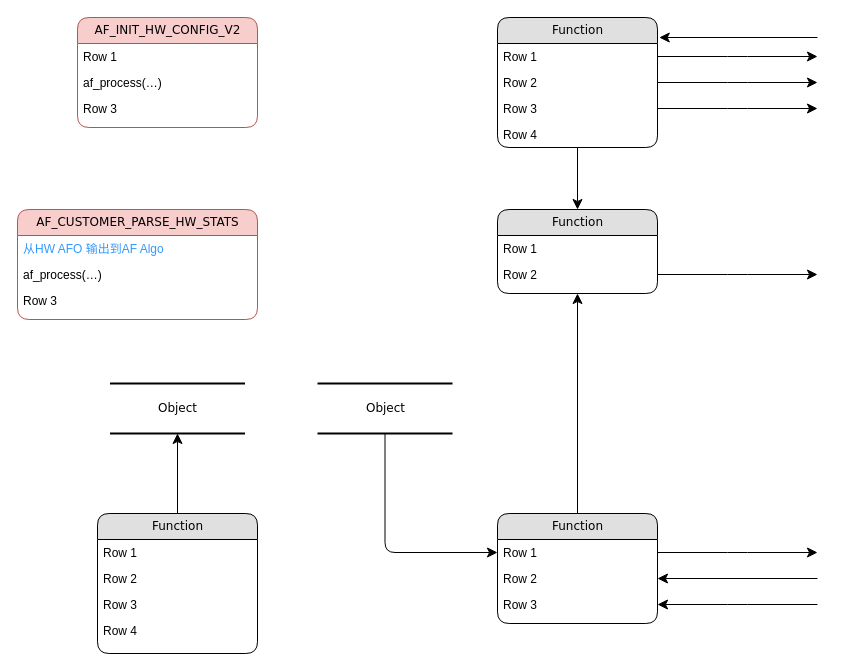
Above: Camera_MTKAPIs.drawio in Chloe-oss/Draw.io_Camera (draw.io), before the change. Source tidied: cells renumbered, new cells numbered last; positions are measured from the earlier drawing's top-left corner, leaving out a move shared by most shapes. Both pictures are drawn from the tidied source at 100%, with x=0, y=0 at pixel (17, 17).
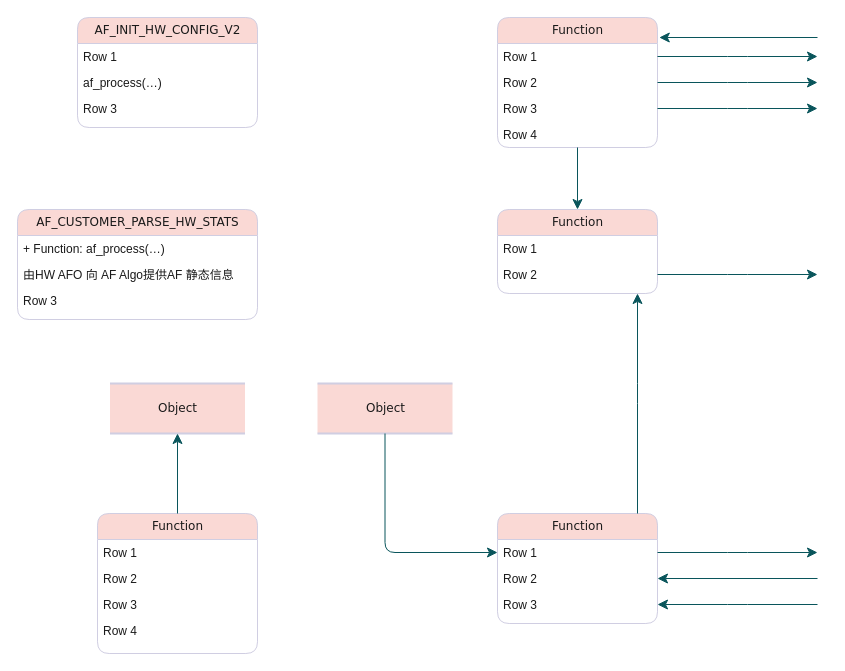
After the change.

Diff of the diagram source:
```diff
@@
-    <mxCell id="2" value="Object" style="html=1;rounded=0;shadow=0;comic=0;labelBackgroundColor=none;strokeWidth=2;fontFamily=Verdana;fontSize=12;align=center;shape=mxgraph.ios7ui.horLines;" parent="1" vertex="1">
+    <mxCell id="2" value="Object" style="html=1;rounded=0;shadow=0;comic=0;labelBackgroundColor=none;strokeWidth=2;fontFamily=Verdana;fontSize=12;align=center;shape=mxgraph.ios7ui.horLines;fillColor=#FAD9D5;strokeColor=#D0CEE2;fontColor=#1A1A1A;" parent="1" vertex="1">
       <mxGeometry x="92.5" y="366" width="135" height="50" as="geometry" />
     </mxCell>
-    <mxCell id="3" value="AF_INIT_HW_CONFIG_V2" style="swimlane;html=1;fontStyle=0;horizontal=1;startSize=26;fillColor=#f8cecc;swimlaneFillColor=#ffffff;align=center;rounded=1;shadow=0;comic=0;labelBackgroundColor=none;strokeWidth=1;fontFamily=Verdana;fontSize=12;strokeColor=#b85450;" parent="1" vertex="1">
+    <mxCell id="3" value="AF_INIT_HW_CONFIG_V2" style="swimlane;html=1;fontStyle=0;horizontal=1;startSize=26;swimlaneFillColor=#ffffff;align=center;rounded=1;shadow=0;comic=0;labelBackgroundColor=none;strokeWidth=1;fontFamily=Verdana;fontSize=12;fillColor=#FAD9D5;strokeColor=#D0CEE2;fontColor=#1A1A1A;" parent="1" vertex="1">
       <mxGeometry x="60" width="180" height="110" as="geometry" />
     </mxCell>
-    <mxCell id="4" value="Row 1" style="text;html=1;strokeColor=none;fillColor=none;spacingLeft=4;spacingRight=4;whiteSpace=wrap;overflow=hidden;" parent="3" vertex="1">
+    <mxCell id="4" value="Row 1" style="text;html=1;strokeColor=none;fillColor=none;spacingLeft=4;spacingRight=4;whiteSpace=wrap;overflow=hidden;labelBackgroundColor=none;fontColor=#1A1A1A;" parent="3" vertex="1">
       <mxGeometry y="26" width="180" height="26" as="geometry" />
     </mxCell>
-    <mxCell id="5" value="af_process(…)" style="text;html=1;strokeColor=none;fillColor=none;spacingLeft=4;spacingRight=4;whiteSpace=wrap;overflow=hidden;noLabel=0;movableLabel=0;fixedWidth=0;" parent="3" vertex="1">
+    <mxCell id="5" value="af_process(…)" style="text;html=1;strokeColor=none;fillColor=none;spacingLeft=4;spacingRight=4;whiteSpace=wrap;overflow=hidden;noLabel=0;movableLabel=0;fixedWidth=0;labelBackgroundColor=none;fontColor=#1A1A1A;" parent="3" vertex="1">
       <mxGeometry y="52" width="180" height="26" as="geometry" />
     </mxCell>
-    <mxCell id="6" value="Row 3" style="text;html=1;strokeColor=none;fillColor=none;spacingLeft=4;spacingRight=4;whiteSpace=wrap;overflow=hidden;" parent="3" vertex="1">
+    <mxCell id="6" value="Row 3" style="text;html=1;strokeColor=none;fillColor=none;spacingLeft=4;spacingRight=4;whiteSpace=wrap;overflow=hidden;labelBackgroundColor=none;fontColor=#1A1A1A;" parent="3" vertex="1">
       <mxGeometry y="78" width="180" height="26" as="geometry" />
     </mxCell>
-    <mxCell id="7" value="Function" style="swimlane;html=1;fontStyle=0;horizontal=1;startSize=26;fillColor=#e0e0e0;swimlaneFillColor=#ffffff;align=center;rounded=1;shadow=0;comic=0;labelBackgroundColor=none;strokeWidth=1;fontFamily=Verdana;fontSize=12;" parent="1" vertex="1">
+    <mxCell id="7" value="Function" style="swimlane;html=1;fontStyle=0;horizontal=1;startSize=26;swimlaneFillColor=#ffffff;align=center;rounded=1;shadow=0;comic=0;labelBackgroundColor=none;strokeWidth=1;fontFamily=Verdana;fontSize=12;fillColor=#FAD9D5;strokeColor=#D0CEE2;fontColor=#1A1A1A;" parent="1" vertex="1">
       <mxGeometry x="480" width="160" height="130" as="geometry" />
     </mxCell>
-    <mxCell id="8" value="Row 1" style="text;html=1;strokeColor=none;fillColor=none;spacingLeft=4;spacingRight=4;whiteSpace=wrap;overflow=hidden;points=[[0,0.5],[1,0.5]];portConstraint=eastwest;" parent="7" vertex="1">
+    <mxCell id="8" value="Row 1" style="text;html=1;strokeColor=none;fillColor=none;spacingLeft=4;spacingRight=4;whiteSpace=wrap;overflow=hidden;points=[[0,0.5],[1,0.5]];portConstraint=eastwest;labelBackgroundColor=none;fontColor=#1A1A1A;" parent="7" vertex="1">
       <mxGeometry y="26" width="160" height="26" as="geometry" />
     </mxCell>
-    <mxCell id="9" value="Row 2" style="text;html=1;strokeColor=none;fillColor=none;spacingLeft=4;spacingRight=4;whiteSpace=wrap;overflow=hidden;points=[[0,0.5],[1,0.5]];portConstraint=eastwest;" parent="7" vertex="1">
+    <mxCell id="9" value="Row 2" style="text;html=1;strokeColor=none;fillColor=none;spacingLeft=4;spacingRight=4;whiteSpace=wrap;overflow=hidden;points=[[0,0.5],[1,0.5]];portConstraint=eastwest;labelBackgroundColor=none;fontColor=#1A1A1A;" parent="7" vertex="1">
       <mxGeometry y="52" width="160" height="26" as="geometry" />
     </mxCell>
-    <mxCell id="10" value="Row 3" style="text;html=1;strokeColor=none;fillColor=none;spacingLeft=4;spacingRight=4;whiteSpace=wrap;overflow=hidden;points=[[0,0.5],[1,0.5]];portConstraint=eastwest;" parent="7" vertex="1">
+    <mxCell id="10" value="Row 3" style="text;html=1;strokeColor=none;fillColor=none;spacingLeft=4;spacingRight=4;whiteSpace=wrap;overflow=hidden;points=[[0,0.5],[1,0.5]];portConstraint=eastwest;labelBackgroundColor=none;fontColor=#1A1A1A;" parent="7" vertex="1">
       <mxGeometry y="78" width="160" height="26" as="geometry" />
     </mxCell>
-    <mxCell id="11" value="Row 4" style="text;html=1;strokeColor=none;fillColor=none;spacingLeft=4;spacingRight=4;whiteSpace=wrap;overflow=hidden;" parent="7" vertex="1">
+    <mxCell id="11" value="Row 4" style="text;html=1;strokeColor=none;fillColor=none;spacingLeft=4;spacingRight=4;whiteSpace=wrap;overflow=hidden;labelBackgroundColor=none;fontColor=#1A1A1A;" parent="7" vertex="1">
       <mxGeometry y="104" width="160" height="26" as="geometry" />
     </mxCell>
-    <mxCell id="12" value="AF_CUSTOMER_PARSE_HW_STATS" style="swimlane;html=1;fontStyle=0;horizontal=1;startSize=26;fillColor=#f8cecc;swimlaneFillColor=#ffffff;align=center;rounded=1;shadow=0;comic=0;labelBackgroundColor=none;strokeWidth=1;fontFamily=Verdana;fontSize=12;strokeColor=#b85450;" parent="1" vertex="1">
+    <mxCell id="12" value="AF_CUSTOMER_PARSE_HW_STATS" style="swimlane;html=1;fontStyle=0;horizontal=1;startSize=26;swimlaneFillColor=#ffffff;align=center;rounded=1;shadow=0;comic=0;labelBackgroundColor=none;strokeWidth=1;fontFamily=Verdana;fontSize=12;fillColor=#FAD9D5;strokeColor=#D0CEE2;fontColor=#1A1A1A;" parent="1" vertex="1">
       <mxGeometry y="192" width="240" height="110" as="geometry" />
     </mxCell>
-    <mxCell id="13" style="group;" parent="12" vertex="1">
+    <mxCell id="13" style="group;labelBackgroundColor=none;fontColor=#1A1A1A;" parent="12" vertex="1">
       <mxGeometry y="26" width="240" height="78" as="geometry" />
     </mxCell>
-    <mxCell id="14" value="从HW AFO 输出到AF Algo" style="text;html=1;strokeColor=none;fillColor=none;spacingLeft=4;spacingRight=4;whiteSpace=wrap;overflow=hidden;fontColor=#3399FF;" parent="13" vertex="1">
+    <mxCell id="14" value="+ Function: af_process(…)" style="text;html=1;strokeColor=none;fillColor=none;spacingLeft=4;spacingRight=4;whiteSpace=wrap;overflow=hidden;labelBackgroundColor=none;fontColor=#1A1A1A;" parent="13" vertex="1">
       <mxGeometry width="240" height="26" as="geometry" />
     </mxCell>
-    <mxCell id="15" value="af_process(…)" style="text;html=1;strokeColor=none;fillColor=none;spacingLeft=4;spacingRight=4;whiteSpace=wrap;overflow=hidden;" parent="13" vertex="1">
+    <mxCell id="15" value="由HW AFO 向 AF Algo提供AF 静态信息" style="text;html=1;strokeColor=none;fillColor=none;spacingLeft=4;spacingRight=4;whiteSpace=wrap;overflow=hidden;labelBackgroundColor=none;fontColor=#1A1A1A;" parent="13" vertex="1">
       <mxGeometry y="26" width="240" height="26" as="geometry" />
     </mxCell>
-    <mxCell id="16" value="Row 3" style="text;html=1;strokeColor=none;fillColor=none;spacingLeft=4;spacingRight=4;whiteSpace=wrap;overflow=hidden;" parent="13" vertex="1">
+    <mxCell id="16" value="Row 3" style="text;html=1;strokeColor=none;fillColor=none;spacingLeft=4;spacingRight=4;whiteSpace=wrap;overflow=hidden;labelBackgroundColor=none;fontColor=#1A1A1A;" parent="13" vertex="1">
       <mxGeometry y="52" width="240" height="26" as="geometry" />
     </mxCell>
-    <mxCell id="17" value="Function" style="swimlane;html=1;fontStyle=0;horizontal=1;startSize=26;fillColor=#e0e0e0;swimlaneFillColor=#ffffff;align=center;rounded=1;shadow=0;comic=0;labelBackgroundColor=none;strokeWidth=1;fontFamily=Verdana;fontSize=12;" parent="1" vertex="1">
+    <mxCell id="17" value="Function" style="swimlane;html=1;fontStyle=0;horizontal=1;startSize=26;swimlaneFillColor=#ffffff;align=center;rounded=1;shadow=0;comic=0;labelBackgroundColor=none;strokeWidth=1;fontFamily=Verdana;fontSize=12;fillColor=#FAD9D5;strokeColor=#D0CEE2;fontColor=#1A1A1A;" parent="1" vertex="1">
       <mxGeometry x="80" y="496" width="160" height="140" as="geometry" />
     </mxCell>
-    <mxCell id="18" value="Row 1" style="text;html=1;strokeColor=none;fillColor=none;spacingLeft=4;spacingRight=4;whiteSpace=wrap;overflow=hidden;" parent="17" vertex="1">
+    <mxCell id="18" value="Row 1" style="text;html=1;strokeColor=none;fillColor=none;spacingLeft=4;spacingRight=4;whiteSpace=wrap;overflow=hidden;labelBackgroundColor=none;fontColor=#1A1A1A;" parent="17" vertex="1">
       <mxGeometry y="26" width="160" height="26" as="geometry" />
     </mxCell>
-    <mxCell id="19" value="Row 2" style="text;html=1;strokeColor=none;fillColor=none;spacingLeft=4;spacingRight=4;whiteSpace=wrap;overflow=hidden;" parent="17" vertex="1">
+    <mxCell id="19" value="Row 2" style="text;html=1;strokeColor=none;fillColor=none;spacingLeft=4;spacingRight=4;whiteSpace=wrap;overflow=hidden;labelBackgroundColor=none;fontColor=#1A1A1A;" parent="17" vertex="1">
       <mxGeometry y="52" width="160" height="26" as="geometry" />
     </mxCell>
-    <mxCell id="20" value="Row 3" style="text;html=1;strokeColor=none;fillColor=none;spacingLeft=4;spacingRight=4;whiteSpace=wrap;overflow=hidden;" parent="17" vertex="1">
+    <mxCell id="20" value="Row 3" style="text;html=1;strokeColor=none;fillColor=none;spacingLeft=4;spacingRight=4;whiteSpace=wrap;overflow=hidden;labelBackgroundColor=none;fontColor=#1A1A1A;" parent="17" vertex="1">
       <mxGeometry y="78" width="160" height="26" as="geometry" />
     </mxCell>
-    <mxCell id="21" value="Row 4" style="text;html=1;strokeColor=none;fillColor=none;spacingLeft=4;spacingRight=4;whiteSpace=wrap;overflow=hidden;" parent="17" vertex="1">
+    <mxCell id="21" value="Row 4" style="text;html=1;strokeColor=none;fillColor=none;spacingLeft=4;spacingRight=4;whiteSpace=wrap;overflow=hidden;labelBackgroundColor=none;fontColor=#1A1A1A;" parent="17" vertex="1">
       <mxGeometry y="104" width="160" height="26" as="geometry" />
     </mxCell>
-    <mxCell id="22" value="Function" style="swimlane;html=1;fontStyle=0;horizontal=1;startSize=26;fillColor=#e0e0e0;swimlaneFillColor=#ffffff;align=center;rounded=1;shadow=0;comic=0;labelBackgroundColor=none;strokeWidth=1;fontFamily=Verdana;fontSize=12;" parent="1" vertex="1">
+    <mxCell id="22" value="Function" style="swimlane;html=1;fontStyle=0;horizontal=1;startSize=26;swimlaneFillColor=#ffffff;align=center;rounded=1;shadow=0;comic=0;labelBackgroundColor=none;strokeWidth=1;fontFamily=Verdana;fontSize=12;fillColor=#FAD9D5;strokeColor=#D0CEE2;fontColor=#1A1A1A;" parent="1" vertex="1">
       <mxGeometry x="480" y="192" width="160" height="84" as="geometry" />
     </mxCell>
-    <mxCell id="23" value="Row 1" style="text;html=1;strokeColor=none;fillColor=none;spacingLeft=4;spacingRight=4;whiteSpace=wrap;overflow=hidden;" parent="22" vertex="1">
+    <mxCell id="23" value="Row 1" style="text;html=1;strokeColor=none;fillColor=none;spacingLeft=4;spacingRight=4;whiteSpace=wrap;overflow=hidden;labelBackgroundColor=none;fontColor=#1A1A1A;" parent="22" vertex="1">
       <mxGeometry y="26" width="160" height="26" as="geometry" />
     </mxCell>
-    <mxCell id="24" value="Row 2" style="text;html=1;strokeColor=none;fillColor=none;spacingLeft=4;spacingRight=4;whiteSpace=wrap;overflow=hidden;points=[[0,0.5],[1,0.5]];portConstraint=eastwest;" parent="22" vertex="1">
+    <mxCell id="24" value="Row 2" style="text;html=1;strokeColor=none;fillColor=none;spacingLeft=4;spacingRight=4;whiteSpace=wrap;overflow=hidden;points=[[0,0.5],[1,0.5]];portConstraint=eastwest;labelBackgroundColor=none;fontColor=#1A1A1A;" parent="22" vertex="1">
       <mxGeometry y="52" width="160" height="26" as="geometry" />
     </mxCell>
-    <mxCell id="25" value="Function" style="swimlane;html=1;fontStyle=0;horizontal=1;startSize=26;fillColor=#e0e0e0;swimlaneFillColor=#ffffff;align=center;rounded=1;shadow=0;comic=0;labelBackgroundColor=none;strokeWidth=1;fontFamily=Verdana;fontSize=12;" parent="1" vertex="1">
+    <mxCell id="25" value="Function" style="swimlane;html=1;fontStyle=0;horizontal=1;startSize=26;swimlaneFillColor=#ffffff;align=center;rounded=1;shadow=0;comic=0;labelBackgroundColor=none;strokeWidth=1;fontFamily=Verdana;fontSize=12;fillColor=#FAD9D5;strokeColor=#D0CEE2;fontColor=#1A1A1A;" parent="1" vertex="1">
       <mxGeometry x="480" y="496" width="160" height="110" as="geometry" />
     </mxCell>
-    <mxCell id="26" value="Row 1" style="text;html=1;strokeColor=none;fillColor=none;spacingLeft=4;spacingRight=4;whiteSpace=wrap;overflow=hidden;points=[[0,0.5],[1,0.5]];portConstraint=eastwest;" parent="25" vertex="1">
+    <mxCell id="26" value="Row 1" style="text;html=1;strokeColor=none;fillColor=none;spacingLeft=4;spacingRight=4;whiteSpace=wrap;overflow=hidden;points=[[0,0.5],[1,0.5]];portConstraint=eastwest;labelBackgroundColor=none;fontColor=#1A1A1A;" parent="25" vertex="1">
       <mxGeometry y="26" width="160" height="26" as="geometry" />
     </mxCell>
-    <mxCell id="27" value="Row 2" style="text;html=1;strokeColor=none;fillColor=none;spacingLeft=4;spacingRight=4;whiteSpace=wrap;overflow=hidden;points=[[0,0.5],[1,0.5]];portConstraint=eastwest;" parent="25" vertex="1">
+    <mxCell id="27" value="Row 2" style="text;html=1;strokeColor=none;fillColor=none;spacingLeft=4;spacingRight=4;whiteSpace=wrap;overflow=hidden;points=[[0,0.5],[1,0.5]];portConstraint=eastwest;labelBackgroundColor=none;fontColor=#1A1A1A;" parent="25" vertex="1">
       <mxGeometry y="52" width="160" height="26" as="geometry" />
     </mxCell>
-    <mxCell id="28" value="Row 3" style="text;html=1;strokeColor=none;fillColor=none;spacingLeft=4;spacingRight=4;whiteSpace=wrap;overflow=hidden;points=[[0,0.5],[1,0.5]];portConstraint=eastwest;" parent="25" vertex="1">
+    <mxCell id="28" value="Row 3" style="text;html=1;strokeColor=none;fillColor=none;spacingLeft=4;spacingRight=4;whiteSpace=wrap;overflow=hidden;points=[[0,0.5],[1,0.5]];portConstraint=eastwest;labelBackgroundColor=none;fontColor=#1A1A1A;" parent="25" vertex="1">
       <mxGeometry y="78" width="160" height="26" as="geometry" />
     </mxCell>
-    <mxCell id="29" value="Object" style="html=1;rounded=0;shadow=0;comic=0;labelBackgroundColor=none;strokeWidth=2;fontFamily=Verdana;fontSize=12;align=center;shape=mxgraph.ios7ui.horLines;" parent="1" vertex="1">
+    <mxCell id="29" value="Object" style="html=1;rounded=0;shadow=0;comic=0;labelBackgroundColor=none;strokeWidth=2;fontFamily=Verdana;fontSize=12;align=center;shape=mxgraph.ios7ui.horLines;fillColor=#FAD9D5;strokeColor=#D0CEE2;fontColor=#1A1A1A;" parent="1" vertex="1">
       <mxGeometry x="300" y="366" width="135" height="50" as="geometry" />
     </mxCell>
-    <mxCell id="30" style="edgeStyle=none;html=1;labelBackgroundColor=none;startFill=0;startSize=8;endFill=1;endSize=8;fontFamily=Verdana;fontSize=12;" parent="1" edge="1" source="17" target="2">
+    <mxCell id="30" style="edgeStyle=none;html=1;labelBackgroundColor=none;startFill=0;startSize=8;endFill=1;endSize=8;fontFamily=Verdana;fontSize=12;fontColor=default;strokeColor=#09555B;" parent="1" edge="1" source="17" target="2">
       <mxGeometry relative="1" as="geometry" />
     </mxCell>
-    <mxCell id="31" style="edgeStyle=orthogonalEdgeStyle;html=1;labelBackgroundColor=none;startFill=0;startSize=8;endFill=1;endSize=8;fontFamily=Verdana;fontSize=12;" parent="1" edge="1" source="29" target="26">
+    <mxCell id="31" style="edgeStyle=orthogonalEdgeStyle;html=1;labelBackgroundColor=none;startFill=0;startSize=8;endFill=1;endSize=8;fontFamily=Verdana;fontSize=12;fontColor=default;strokeColor=#09555B;" parent="1" edge="1" source="29" target="26">
       <mxGeometry x="-0.13" y="32" relative="1" as="geometry" />
     </mxCell>
-    <mxCell id="32" style="edgeStyle=orthogonalEdgeStyle;html=1;labelBackgroundColor=none;startFill=0;startSize=8;endFill=1;endSize=8;fontFamily=Verdana;fontSize=12;" parent="1" edge="1" source="25" target="22">
-      <mxGeometry relative="1" as="geometry" />
+    <mxCell id="32" style="edgeStyle=orthogonalEdgeStyle;html=1;labelBackgroundColor=none;startFill=0;startSize=8;endFill=1;endSize=8;fontFamily=Verdana;fontSize=12;fontColor=default;strokeColor=#09555B;" parent="1" edge="1" source="25" target="22">
+      <mxGeometry relative="1" as="geometry">
+        <Array as="points">
+          <mxPoint x="620" y="376" />
+          <mxPoint x="620" y="376" />
+        </Array>
+      </mxGeometry>
     </mxCell>
-    <mxCell id="33" style="edgeStyle=orthogonalEdgeStyle;html=1;labelBackgroundColor=none;startFill=0;startSize=8;endFill=1;endSize=8;fontFamily=Verdana;fontSize=12;" parent="1" edge="1" source="7" target="22">
+    <mxCell id="33" style="edgeStyle=orthogonalEdgeStyle;html=1;labelBackgroundColor=none;startFill=0;startSize=8;endFill=1;endSize=8;fontFamily=Verdana;fontSize=12;fontColor=default;strokeColor=#09555B;" parent="1" edge="1" source="7" target="22">
       <mxGeometry relative="1" as="geometry" />
     </mxCell>
-    <mxCell id="34" style="edgeStyle=orthogonalEdgeStyle;html=1;labelBackgroundColor=none;startFill=0;startSize=8;endFill=1;endSize=8;fontFamily=Verdana;fontSize=12;" parent="1" edge="1" source="24">
+    <mxCell id="34" style="edgeStyle=orthogonalEdgeStyle;html=1;labelBackgroundColor=none;startFill=0;startSize=8;endFill=1;endSize=8;fontFamily=Verdana;fontSize=12;fontColor=default;strokeColor=#09555B;" parent="1" edge="1" source="24">
       <mxGeometry relative="1" as="geometry">
         <mxPoint x="800" y="257" as="targetPoint" />
       </mxGeometry>
     </mxCell>
-    <mxCell id="35" style="edgeStyle=orthogonalEdgeStyle;html=1;exitX=1;exitY=0.5;labelBackgroundColor=none;startFill=0;startSize=8;endFill=1;endSize=8;fontFamily=Verdana;fontSize=12;" parent="1" edge="1" source="26">
+    <mxCell id="35" style="edgeStyle=orthogonalEdgeStyle;html=1;exitX=1;exitY=0.5;labelBackgroundColor=none;startFill=0;startSize=8;endFill=1;endSize=8;fontFamily=Verdana;fontSize=12;fontColor=default;strokeColor=#09555B;" parent="1" edge="1" source="26">
       <mxGeometry relative="1" as="geometry">
         <mxPoint x="800" y="535" as="targetPoint" />
       </mxGeometry>
     </mxCell>
-    <mxCell id="36" style="edgeStyle=orthogonalEdgeStyle;html=1;labelBackgroundColor=none;startFill=0;startSize=8;endFill=1;endSize=8;fontFamily=Verdana;fontSize=12;entryX=1;entryY=0.5;" parent="1" edge="1" target="27">
+    <mxCell id="36" style="edgeStyle=orthogonalEdgeStyle;html=1;labelBackgroundColor=none;startFill=0;startSize=8;endFill=1;endSize=8;fontFamily=Verdana;fontSize=12;entryX=1;entryY=0.5;fontColor=default;strokeColor=#09555B;" parent="1" edge="1" target="27">
       <mxGeometry relative="1" as="geometry">
         <mxPoint x="800" y="561" as="sourcePoint" />
         <Array as="points">
           <mxPoint x="800" y="561" />
         </Array>
       </mxGeometry>
     </mxCell>
-    <mxCell id="37" style="edgeStyle=orthogonalEdgeStyle;html=1;labelBackgroundColor=none;startFill=0;startSize=8;endFill=1;endSize=8;fontFamily=Verdana;fontSize=12;entryX=1;entryY=0.5;" parent="1" edge="1" target="28">
+    <mxCell id="37" style="edgeStyle=orthogonalEdgeStyle;html=1;labelBackgroundColor=none;startFill=0;startSize=8;endFill=1;endSize=8;fontFamily=Verdana;fontSize=12;entryX=1;entryY=0.5;fontColor=default;strokeColor=#09555B;" parent="1" edge="1" target="28">
       <mxGeometry relative="1" as="geometry">
         <mxPoint x="800" y="587" as="sourcePoint" />
         <Array as="points">
           <mxPoint x="720" y="587" />
           <mxPoint x="720" y="587" />
         </Array>
       </mxGeometry>
     </mxCell>
-    <mxCell id="38" style="edgeStyle=orthogonalEdgeStyle;html=1;exitX=1;exitY=0.5;labelBackgroundColor=none;startFill=0;startSize=8;endFill=1;endSize=8;fontFamily=Verdana;fontSize=12;" parent="1" edge="1" source="8">
+    <mxCell id="38" style="edgeStyle=orthogonalEdgeStyle;html=1;exitX=1;exitY=0.5;labelBackgroundColor=none;startFill=0;startSize=8;endFill=1;endSize=8;fontFamily=Verdana;fontSize=12;fontColor=default;strokeColor=#09555B;" parent="1" edge="1" source="8">
       <mxGeometry relative="1" as="geometry">
         <mxPoint x="800" y="39" as="targetPoint" />
       </mxGeometry>
     </mxCell>
-    <mxCell id="39" style="edgeStyle=orthogonalEdgeStyle;html=1;exitX=1;exitY=0.5;labelBackgroundColor=none;startFill=0;startSize=8;endFill=1;endSize=8;fontFamily=Verdana;fontSize=12;" parent="1" edge="1" source="9">
+    <mxCell id="39" style="edgeStyle=orthogonalEdgeStyle;html=1;exitX=1;exitY=0.5;labelBackgroundColor=none;startFill=0;startSize=8;endFill=1;endSize=8;fontFamily=Verdana;fontSize=12;fontColor=default;strokeColor=#09555B;" parent="1" edge="1" source="9">
       <mxGeometry relative="1" as="geometry">
         <mxPoint x="800" y="65" as="targetPoint" />
       </mxGeometry>
     </mxCell>
-    <mxCell id="40" style="edgeStyle=orthogonalEdgeStyle;html=1;exitX=1;exitY=0.5;labelBackgroundColor=none;startFill=0;startSize=8;endFill=1;endSize=8;fontFamily=Verdana;fontSize=12;" parent="1" edge="1" source="10">
+    <mxCell id="40" style="edgeStyle=orthogonalEdgeStyle;html=1;exitX=1;exitY=0.5;labelBackgroundColor=none;startFill=0;startSize=8;endFill=1;endSize=8;fontFamily=Verdana;fontSize=12;fontColor=default;strokeColor=#09555B;" parent="1" edge="1" source="10">
       <mxGeometry relative="1" as="geometry">
         <mxPoint x="800" y="91" as="targetPoint" />
       </mxGeometry>
     </mxCell>
-    <mxCell id="41" style="edgeStyle=elbowEdgeStyle;html=1;labelBackgroundColor=none;startFill=0;startSize=8;endFill=1;endSize=8;fontFamily=Verdana;fontSize=12;elbow=vertical;entryX=1.011;entryY=0.152;entryPerimeter=0;" parent="1" edge="1" target="7">
+    <mxCell id="41" style="edgeStyle=elbowEdgeStyle;html=1;labelBackgroundColor=none;startFill=0;startSize=8;endFill=1;endSize=8;fontFamily=Verdana;fontSize=12;elbow=vertical;entryX=1.011;entryY=0.152;entryPerimeter=0;fontColor=default;strokeColor=#09555B;" parent="1" edge="1" target="7">
       <mxGeometry relative="1" as="geometry">
         <mxPoint x="800" y="20" as="sourcePoint" />
         <Array as="points">
           <mxPoint x="730" y="20" />
         </Array>
       </mxGeometry>
     </mxCell>
```
